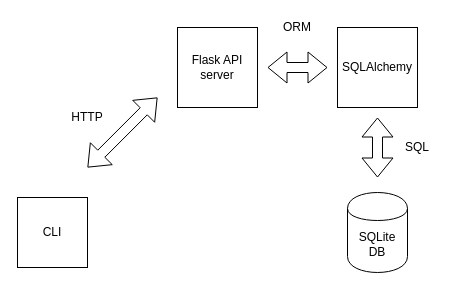
Before: diagram.drawio in ivtikhon/taskman, a draw.io diagram. Source tidied: cells renumbered, new cells numbered last; positions are measured from the earlier drawing's top-left corner, leaving out a move shared by most shapes. Both pictures are drawn from the tidied source at 100%, with x=0, y=0 at pixel (17, 17).
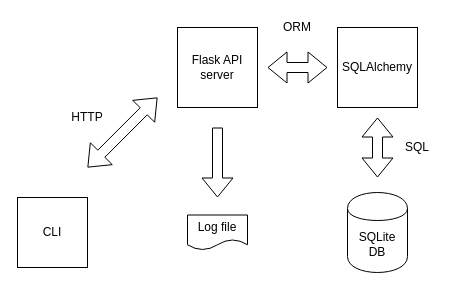
The same page after the edit.

The edit, as a diff of the source:
```diff
@@
 <mxGraphModel>
   <root>
     <mxCell id="0" />
     <mxCell id="1" parent="0" />
     <mxCell id="2" value="Flask API server" style="whiteSpace=wrap;html=1;" parent="1" vertex="1">
       <mxGeometry x="160" y="10" width="80" height="80" as="geometry" />
     </mxCell>
     <mxCell id="3" value="CLI" style="whiteSpace=wrap;html=1;" parent="1" vertex="1">
       <mxGeometry y="180" width="70" height="70" as="geometry" />
     </mxCell>
     <mxCell id="4" value="SQLAlchemy" style="whiteSpace=wrap;html=1;" parent="1" vertex="1">
       <mxGeometry x="320" y="10" width="80" height="80" as="geometry" />
     </mxCell>
     <mxCell id="5" value="SQLite&lt;br&gt;DB" style="shape=cylinder;whiteSpace=wrap;html=1;boundedLbl=1;backgroundOutline=1;" parent="1" vertex="1">
       <mxGeometry x="330" y="175" width="60" height="80" as="geometry" />
     </mxCell>
     <mxCell id="6" style="shape=flexArrow;endArrow=classic;startArrow=classic;html=1;" parent="1" edge="1">
       <mxGeometry relative="1" as="geometry">
         <mxPoint x="70" y="150" as="sourcePoint" />
         <mxPoint x="140" y="80" as="targetPoint" />
       </mxGeometry>
     </mxCell>
     <mxCell id="7" style="shape=flexArrow;endArrow=classic;startArrow=classic;html=1;" parent="1" edge="1">
       <mxGeometry relative="1" as="geometry">
         <mxPoint x="250" y="50" as="sourcePoint" />
         <mxPoint x="310" y="50" as="targetPoint" />
       </mxGeometry>
     </mxCell>
     <mxCell id="8" style="shape=flexArrow;endArrow=classic;startArrow=classic;html=1;" parent="1" edge="1">
       <mxGeometry relative="1" as="geometry">
         <mxPoint x="360" y="160" as="sourcePoint" />
         <mxPoint x="360" y="100" as="targetPoint" />
       </mxGeometry>
     </mxCell>
     <mxCell id="9" value="HTTP" style="text;html=1;strokeColor=none;fillColor=none;align=center;verticalAlign=middle;whiteSpace=wrap;rounded=0;" parent="1" vertex="1">
       <mxGeometry x="50" y="90" width="40" height="20" as="geometry" />
     </mxCell>
     <mxCell id="10" value="ORM" style="text;html=1;strokeColor=none;fillColor=none;align=center;verticalAlign=middle;whiteSpace=wrap;rounded=0;" parent="1" vertex="1">
       <mxGeometry x="260" width="40" height="20" as="geometry" />
     </mxCell>
     <mxCell id="11" value="SQL" style="text;html=1;strokeColor=none;fillColor=none;align=center;verticalAlign=middle;whiteSpace=wrap;rounded=0;" parent="1" vertex="1">
       <mxGeometry x="380" y="120" width="40" height="20" as="geometry" />
     </mxCell>
+    <mxCell id="12" value="Log file" style="shape=document;whiteSpace=wrap;html=1;boundedLbl=1;" parent="1" vertex="1">
+      <mxGeometry x="170" y="197.5" width="60" height="35" as="geometry" />
+    </mxCell>
+    <mxCell id="13" style="shape=flexArrow;endArrow=classic;html=1;" parent="1" edge="1">
+      <mxGeometry relative="1" as="geometry">
+        <mxPoint x="200" y="110" as="sourcePoint" />
+        <mxPoint x="200" y="180" as="targetPoint" />
+      </mxGeometry>
+    </mxCell>
   </root>
 </mxGraphModel>
```
